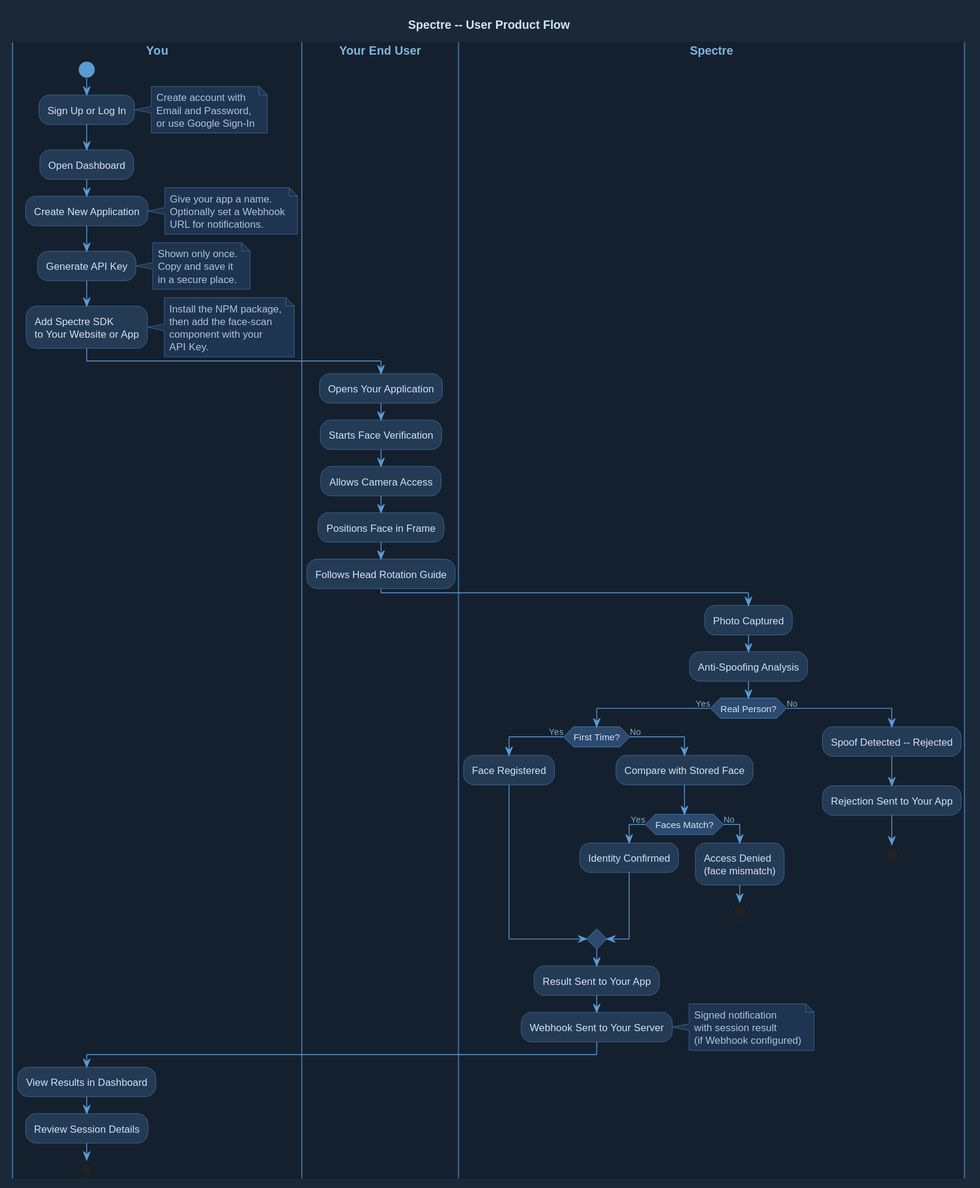
Earlier version of the PlantUML export diagrams/svg/01_user_product_flow.svg (fadhiilahahmadzikri/spectre-backend). Its diagram source:
```plantuml
@startuml

skinparam backgroundColor #1B2838
skinparam shadowing false
skinparam defaultFontName SansSerif
skinparam defaultFontColor #D4E4F7
skinparam defaultFontSize 12

skinparam ActivityBackgroundColor #243B55
skinparam ActivityBorderColor #4A7FAD
skinparam ActivityFontColor #D4E4F7
skinparam ActivityFontSize 12
skinparam ActivityBarColor #5B9BD5

skinparam ActivityDiamondBackgroundColor #2C4A6E
skinparam ActivityDiamondBorderColor #5B9BD5
skinparam ActivityDiamondFontColor #D4E4F7
skinparam ActivityDiamondFontSize 11

skinparam ArrowColor #5B9BD5
skinparam ArrowFontColor #8BAFC4
skinparam ArrowFontSize 10

skinparam NoteBackgroundColor #1E3450
skinparam NoteBorderColor #4A7FAD
skinparam NoteFontColor #B0C4DE

skinparam swimlaneBorderColor #3E6B9B
skinparam swimlaneTitleFontColor #7EB8E0
skinparam swimlaneTitleFontSize 14
skinparam swimlaneTitleFontStyle bold

skinparam ActivityStartColor #5B9BD5
skinparam ActivityEndColor #5B9BD5

title **Spectre -- User Product Flow**

|#15202E| You |
start

:Sign Up or Log In;
note right
  Create account with
  Email and Password,
  or use Google Sign-In
end note

:Open Dashboard;

:Create New Application;
note right
  Give your app a name.
  Optionally set a Webhook
  URL for notifications.
end note

:Generate API Key;
note right
  Shown only once.
  Copy and save it
  in a secure place.
end note

:Add Spectre SDK\nto Your Website or App;
note right
  Install the NPM package,
  then add the face-scan
  component with your
  API Key.
end note

|#15202E| Your End User |
:Opens Your Application;
:Starts Face Verification;
:Allows Camera Access;
:Positions Face in Frame;
:Follows Head Rotation Guide;

|#15202E| Spectre |
:Photo Captured;
:Anti-Spoofing Analysis;

if (Real Person?) then (Yes)
  if (First Time?) then (Yes)
    :Face Registered;
  else (No)
    :Compare with Stored Face;
    if (Faces Match?) then (Yes)
      :Identity Confirmed;
    else (No)
      :Access Denied\n(face mismatch);
      stop
    endif
  endif

  :Result Sent to Your App;
  :Webhook Sent to Your Server;
  note right
    Signed notification
    with session result
    (if Webhook configured)
  end note

else (No)
  :Spoof Detected -- Rejected;
  :Rejection Sent to Your App;
  stop
endif

|#15202E| You |
:View Results in Dashboard;
:Review Session Details;

stop
@enduml
```
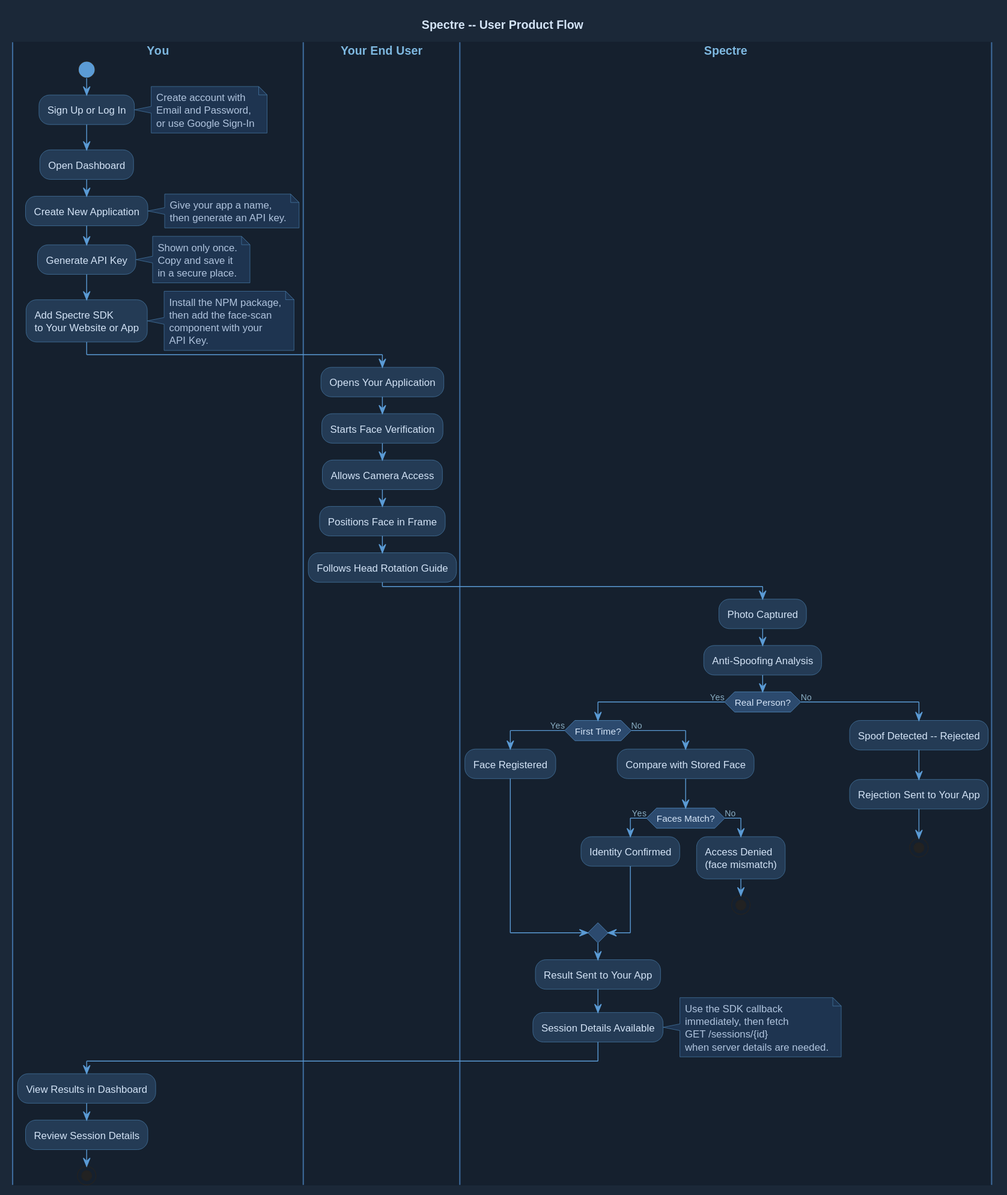
After the commit.

The edit, as a diff of the source:
```diff
@@ -49,9 +49,8 @@
 
 :Create New Application;
 note right
-  Give your app a name.
-  Optionally set a Webhook
-  URL for notifications.
+  Give your app a name,
+  then generate an API key.
 end note
 
 :Generate API Key;
@@ -94,11 +93,12 @@
   endif
 
   :Result Sent to Your App;
-  :Webhook Sent to Your Server;
+  :Session Details Available;
   note right
-    Signed notification
-    with session result
-    (if Webhook configured)
+    Use the SDK callback
+    immediately, then fetch
+    GET /sessions/{id}
+    when server details are needed.
   end note
 
 else (No)
```
